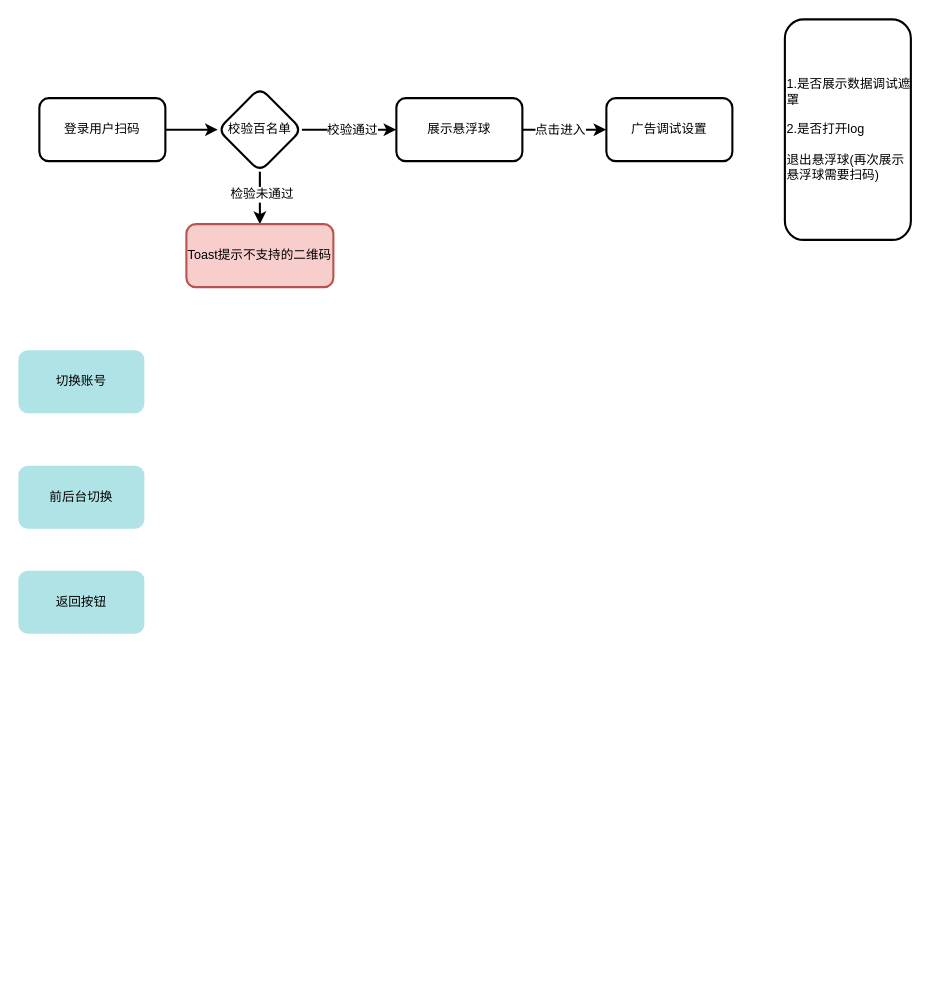
Above: 广告 debug.drawio in windherd/draw.io (draw.io), before the change. Source tidied: cells renumbered, new cells numbered last; positions are measured from the earlier drawing's top-left corner, leaving out a move shared by most shapes. Both pictures are drawn from the tidied source at 105%, with x=0, y=0 at pixel (18, 19).
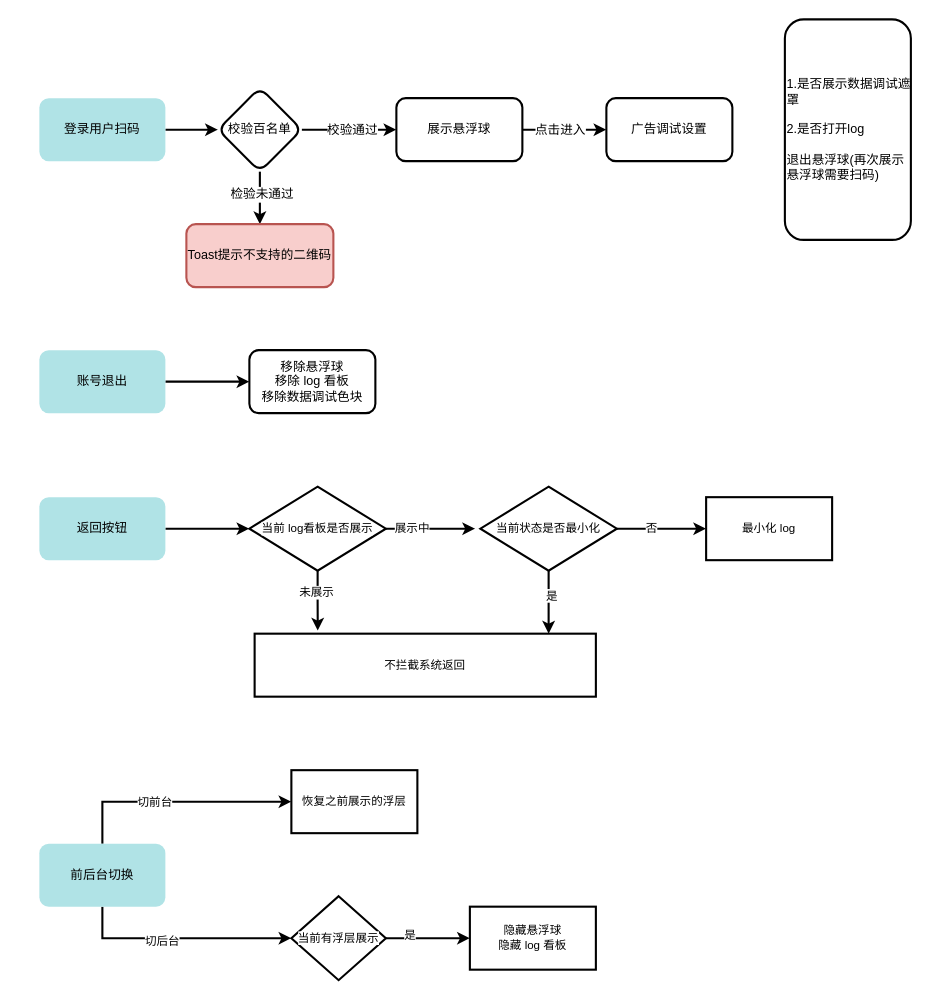
The same page after the edit.

The edit, as a diff of the source:
```diff
@@
+    <mxCell id="18" style="edgeStyle=orthogonalEdgeStyle;rounded=0;jettySize=auto;html=1;strokeWidth=2;" parent="1" edge="1" source="2" target="24">
+      <mxGeometry relative="1" as="geometry" />
+    </mxCell>
-    <mxCell id="2" value="切换账号" style="rounded=1;whiteSpace=wrap;html=1;strokeWidth=2;fillColor=#b0e3e6;strokeColor=none;" parent="1" vertex="1">
-      <mxGeometry y="315" width="120" height="60" as="geometry" />
+    <mxCell id="2" value="账号退出" style="rounded=1;whiteSpace=wrap;html=1;strokeWidth=2;fillColor=#b0e3e6;strokeColor=none;" parent="1" vertex="1">
+      <mxGeometry x="20" y="315" width="120" height="60" as="geometry" />
     </mxCell>
+    <mxCell id="19" style="edgeStyle=orthogonalEdgeStyle;rounded=0;jettySize=auto;html=1;entryX=0;entryY=0.5;entryDx=0;entryDy=0;strokeColor=default;strokeWidth=2;align=center;verticalAlign=middle;fontFamily=Helvetica;fontSize=11;fontColor=default;labelBackgroundColor=default;endArrow=classic;exitX=0.5;exitY=1;exitDx=0;exitDy=0;" parent="1" edge="1" source="3" target="39">
+      <mxGeometry relative="1" as="geometry" />
+    </mxCell>
+    <mxCell id="20" value="切后台" style="edgeLabel;html=1;align=center;verticalAlign=middle;strokeColor=default;strokeWidth=2;fontFamily=Helvetica;fontSize=11;fontColor=default;labelBackgroundColor=default;fillColor=default;" parent="19" vertex="1">
+      <mxGeometry x="-0.18" y="-2" relative="1" as="geometry" />
+    </mxCell>
+    <mxCell id="21" style="edgeStyle=orthogonalEdgeStyle;rounded=0;jettySize=auto;html=1;entryX=0;entryY=0.5;entryDx=0;entryDy=0;strokeColor=default;strokeWidth=2;align=center;verticalAlign=middle;fontFamily=Helvetica;fontSize=11;fontColor=default;labelBackgroundColor=default;endArrow=classic;exitX=0.5;exitY=0;exitDx=0;exitDy=0;" parent="1" edge="1" source="3" target="41">
+      <mxGeometry relative="1" as="geometry" />
+    </mxCell>
+    <mxCell id="22" value="切前台" style="edgeLabel;html=1;align=center;verticalAlign=middle;strokeColor=default;strokeWidth=2;fontFamily=Helvetica;fontSize=11;fontColor=default;labelBackgroundColor=default;fillColor=default;" parent="21" vertex="1">
+      <mxGeometry x="-0.19" relative="1" as="geometry" />
+    </mxCell>
     <mxCell id="3" value="前后台切换" style="rounded=1;whiteSpace=wrap;html=1;strokeWidth=2;fillColor=#b0e3e6;strokeColor=none;" parent="1" vertex="1">
-      <mxGeometry y="425" width="120" height="60" as="geometry" />
+      <mxGeometry x="20" y="785" width="120" height="60" as="geometry" />
     </mxCell>
+    <mxCell id="23" style="edgeStyle=orthogonalEdgeStyle;rounded=0;jettySize=auto;html=1;strokeColor=default;strokeWidth=2;align=center;verticalAlign=middle;fontFamily=Helvetica;fontSize=11;fontColor=default;labelBackgroundColor=default;endArrow=classic;" parent="1" edge="1" source="4" target="29">
+      <mxGeometry relative="1" as="geometry" />
+    </mxCell>
     <mxCell id="4" value="返回按钮" style="rounded=1;whiteSpace=wrap;html=1;strokeWidth=2;fillColor=#b0e3e6;strokeColor=none;" parent="1" vertex="1">
-      <mxGeometry y="525" width="120" height="60" as="geometry" />
+      <mxGeometry x="20" y="455" width="120" height="60" as="geometry" />
     </mxCell>
@@
-    <mxCell id="6" value="登录用户扫码" style="rounded=1;whiteSpace=wrap;html=1;strokeWidth=2;" parent="1" vertex="1">
+    <mxCell id="6" value="登录用户扫码" style="rounded=1;whiteSpace=wrap;html=1;strokeWidth=2;fillColor=#b0e3e6;strokeColor=none;" parent="1" vertex="1">
       <mxGeometry x="20" y="75" width="120" height="60" as="geometry" />
     </mxCell>
@@
+    <mxCell id="24" value="移除悬浮球&lt;div&gt;移除 log 看板&lt;/div&gt;&lt;div&gt;移除数据调试色块&lt;/div&gt;" style="rounded=1;whiteSpace=wrap;html=1;strokeWidth=2;" parent="1" vertex="1">
+      <mxGeometry x="220" y="315" width="120" height="60" as="geometry" />
+    </mxCell>
+    <mxCell id="25" style="edgeStyle=orthogonalEdgeStyle;rounded=0;jettySize=auto;html=1;strokeColor=default;strokeWidth=2;align=center;verticalAlign=middle;fontFamily=Helvetica;fontSize=11;fontColor=default;labelBackgroundColor=default;endArrow=classic;" parent="1" edge="1" source="29">
+      <mxGeometry relative="1" as="geometry">
+        <mxPoint x="435" y="485" as="targetPoint" />
+      </mxGeometry>
+    </mxCell>
+    <mxCell id="26" value="展示中" style="edgeLabel;html=1;align=center;verticalAlign=middle;strokeColor=default;strokeWidth=2;fontFamily=Helvetica;fontSize=11;fontColor=default;labelBackgroundColor=default;fillColor=default;" parent="25" vertex="1">
+      <mxGeometry x="-0.44" y="1" relative="1" as="geometry" />
+    </mxCell>
+    <mxCell id="27" style="edgeStyle=orthogonalEdgeStyle;rounded=0;jettySize=auto;html=1;strokeColor=default;strokeWidth=2;align=center;verticalAlign=middle;fontFamily=Helvetica;fontSize=11;fontColor=default;labelBackgroundColor=default;endArrow=classic;entryX=0.185;entryY=-0.05;entryDx=0;entryDy=0;entryPerimeter=0;" parent="1" edge="1" source="29" target="35">
+      <mxGeometry relative="1" as="geometry" />
+    </mxCell>
+    <mxCell id="28" value="未展示" style="edgeLabel;html=1;align=center;verticalAlign=middle;strokeColor=default;strokeWidth=2;fontFamily=Helvetica;fontSize=11;fontColor=default;labelBackgroundColor=default;fillColor=default;" parent="27" vertex="1">
+      <mxGeometry x="-0.31" y="-2" relative="1" as="geometry" />
+    </mxCell>
+    <mxCell id="29" value="当前 log看板是否展示" style="rhombus;whiteSpace=wrap;html=1;fontFamily=Helvetica;fontSize=11;fontColor=default;labelBackgroundColor=default;strokeWidth=2;" parent="1" vertex="1">
+      <mxGeometry x="220" y="445" width="130" height="80" as="geometry" />
+    </mxCell>
+    <mxCell id="30" style="edgeStyle=orthogonalEdgeStyle;rounded=0;jettySize=auto;html=1;strokeColor=default;strokeWidth=2;align=center;verticalAlign=middle;fontFamily=Helvetica;fontSize=11;fontColor=default;labelBackgroundColor=default;endArrow=classic;" parent="1" edge="1" source="34" target="36">
+      <mxGeometry relative="1" as="geometry" />
+    </mxCell>
+    <mxCell id="31" value="否" style="edgeLabel;html=1;align=center;verticalAlign=middle;strokeColor=default;strokeWidth=2;fontFamily=Helvetica;fontSize=11;fontColor=default;labelBackgroundColor=default;fillColor=default;" parent="30" vertex="1">
+      <mxGeometry x="-0.25" y="1" relative="1" as="geometry" />
+    </mxCell>
+    <mxCell id="32" style="edgeStyle=orthogonalEdgeStyle;rounded=0;jettySize=auto;html=1;strokeColor=default;strokeWidth=2;align=center;verticalAlign=middle;fontFamily=Helvetica;fontSize=11;fontColor=default;labelBackgroundColor=default;endArrow=classic;" parent="1" edge="1" source="34">
+      <mxGeometry relative="1" as="geometry">
+        <mxPoint x="505" y="585" as="targetPoint" />
+      </mxGeometry>
+    </mxCell>
+    <mxCell id="33" value="是" style="edgeLabel;html=1;align=center;verticalAlign=middle;strokeColor=default;strokeWidth=2;fontFamily=Helvetica;fontSize=11;fontColor=default;labelBackgroundColor=default;fillColor=default;" parent="32" vertex="1">
+      <mxGeometry x="-0.24" y="2" relative="1" as="geometry" />
+    </mxCell>
+    <mxCell id="34" value="当前状态是否最小化" style="rhombus;whiteSpace=wrap;html=1;fontFamily=Helvetica;fontSize=11;fontColor=default;labelBackgroundColor=default;strokeWidth=2;" parent="1" vertex="1">
+      <mxGeometry x="440" y="445" width="130" height="80" as="geometry" />
+    </mxCell>
+    <mxCell id="35" value="不拦截系统返回" style="whiteSpace=wrap;html=1;fontSize=11;labelBackgroundColor=default;strokeWidth=2;" parent="1" vertex="1">
+      <mxGeometry x="225" y="585" width="325" height="60" as="geometry" />
+    </mxCell>
+    <mxCell id="36" value="最小化 log" style="whiteSpace=wrap;html=1;fontSize=11;labelBackgroundColor=default;strokeWidth=2;" parent="1" vertex="1">
+      <mxGeometry x="655" y="455" width="120" height="60" as="geometry" />
+    </mxCell>
+    <mxCell id="37" style="edgeStyle=orthogonalEdgeStyle;rounded=0;jettySize=auto;html=1;strokeColor=default;strokeWidth=2;align=center;verticalAlign=middle;fontFamily=Helvetica;fontSize=11;fontColor=default;labelBackgroundColor=default;endArrow=classic;" parent="1" edge="1" source="39" target="40">
+      <mxGeometry relative="1" as="geometry" />
+    </mxCell>
+    <mxCell id="38" value="是" style="edgeLabel;html=1;align=center;verticalAlign=middle;strokeColor=default;strokeWidth=2;fontFamily=Helvetica;fontSize=11;fontColor=default;labelBackgroundColor=default;fillColor=default;" parent="37" vertex="1">
+      <mxGeometry x="-0.46" y="4" relative="1" as="geometry" />
+    </mxCell>
+    <mxCell id="39" value="当前有浮层展示" style="rhombus;whiteSpace=wrap;html=1;strokeColor=default;strokeWidth=2;align=center;verticalAlign=middle;fontFamily=Helvetica;fontSize=11;fontColor=default;labelBackgroundColor=default;fillColor=default;" parent="1" vertex="1">
+      <mxGeometry x="260" y="835" width="90" height="80" as="geometry" />
+    </mxCell>
+    <mxCell id="40" value="隐藏悬浮球&lt;div&gt;隐藏 log 看板&lt;/div&gt;" style="whiteSpace=wrap;html=1;fontSize=11;strokeWidth=2;labelBackgroundColor=default;" parent="1" vertex="1">
+      <mxGeometry x="430" y="845" width="120" height="60" as="geometry" />
+    </mxCell>
+    <mxCell id="41" value="恢复之前展示的浮层" style="whiteSpace=wrap;html=1;fontSize=11;strokeWidth=2;labelBackgroundColor=default;" parent="1" vertex="1">
+      <mxGeometry x="260" y="715" width="120" height="60" as="geometry" />
+    </mxCell>
```
